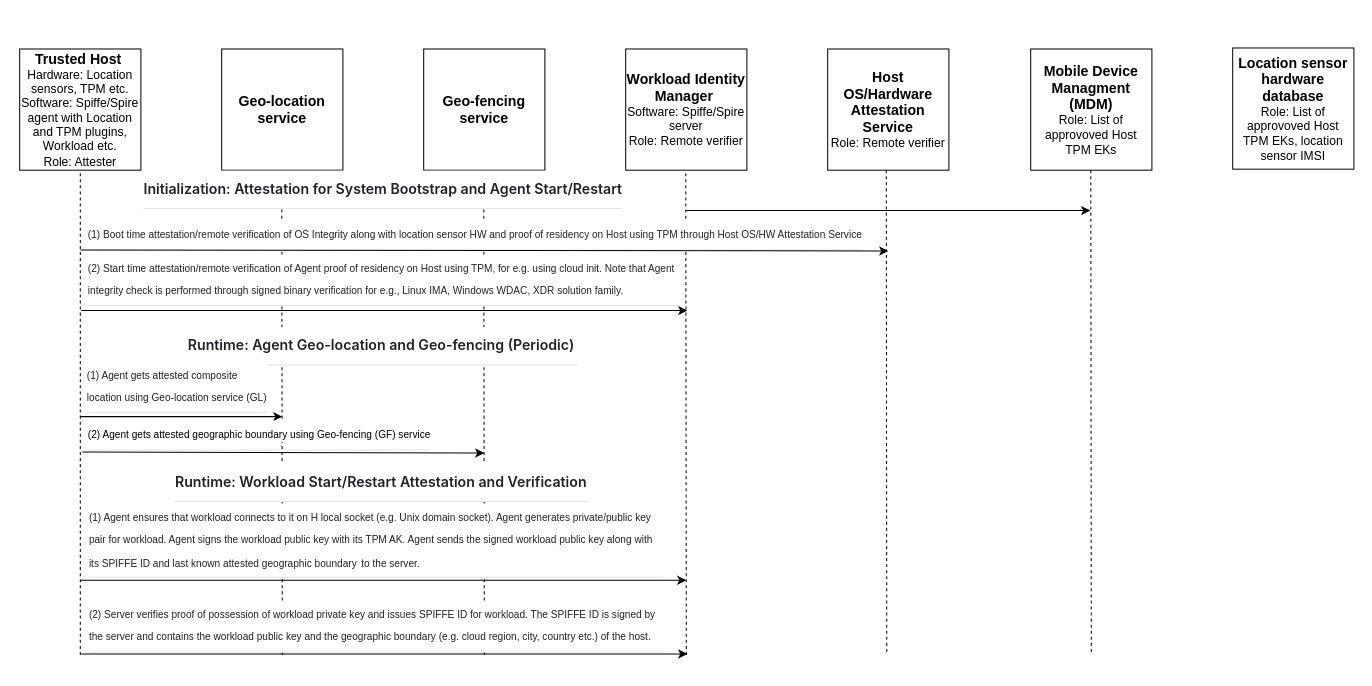
This is pictures/end-to-end-flow.drawio from nedmsmith/draft-klspa-wimse-verifiable-geo-fence, a draw.io file, before an edit. Source tidied: cells renumbered, new cells numbered last; positions are measured from the earlier drawing's top-left corner, leaving out a move shared by most shapes. Both pictures are drawn from the tidied source at 101%, with x=0, y=0 at pixel (17, 47).
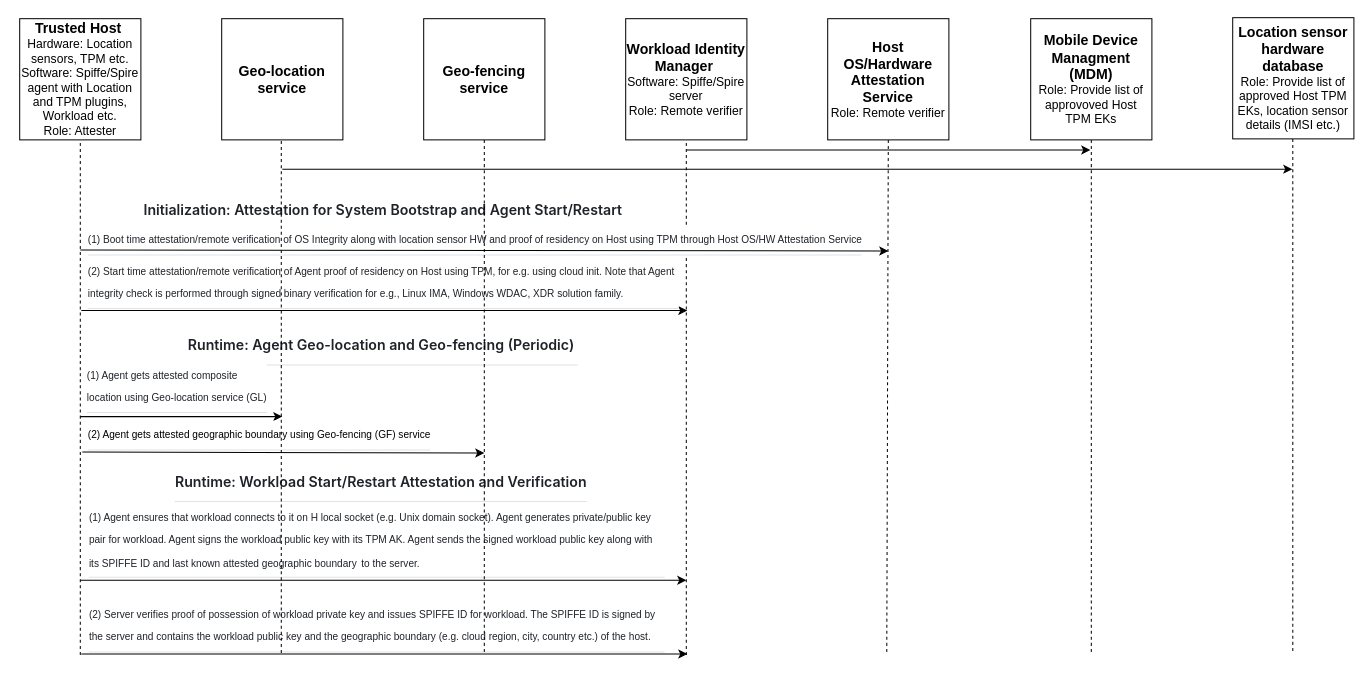
The same page after the edit.

What changed in the source:
```diff
@@
     <mxCell id="2" value="&lt;b&gt;&lt;font style=&quot;font-size: 14px;&quot;&gt;Trusted Host&lt;/font&gt;&amp;nbsp;&lt;/b&gt;&lt;div&gt;Hardware: Location sensors, TPM etc.&lt;div&gt;Software: Spiffe/Spire agent with Location and TPM plugins, Workload etc.&lt;/div&gt;&lt;/div&gt;&lt;div&gt;Role: Attester&lt;/div&gt;" style="rounded=0;whiteSpace=wrap;html=1;" parent="1" vertex="1">
-      <mxGeometry x="2" y="1" width="120" height="120" as="geometry" />
+      <mxGeometry x="2" y="-29" width="120" height="120" as="geometry" />
     </mxCell>
     <mxCell id="3" value="&lt;span style=&quot;font-size: 14px;&quot;&gt;&lt;b&gt;Geo-location service&lt;/b&gt;&lt;/span&gt;" style="rounded=0;whiteSpace=wrap;html=1;" parent="1" vertex="1">
-      <mxGeometry x="202" y="1" width="120" height="120" as="geometry" />
+      <mxGeometry x="202" y="-29" width="120" height="120" as="geometry" />
     </mxCell>
     <mxCell id="4" value="&lt;span style=&quot;font-size: 14px;&quot;&gt;&lt;b&gt;Geo-fencing service&lt;/b&gt;&lt;/span&gt;" style="rounded=0;whiteSpace=wrap;html=1;" parent="1" vertex="1">
-      <mxGeometry x="402" y="1" width="120" height="120" as="geometry" />
+      <mxGeometry x="402" y="-29" width="120" height="120" as="geometry" />
     </mxCell>
     <mxCell id="5" value="&lt;span style=&quot;font-size: 14px;&quot;&gt;&lt;b&gt;Workload Identity Manager&lt;/b&gt;&amp;nbsp;&lt;/span&gt;&lt;div&gt;&lt;font&gt;Software: Spiffe/Spire server&lt;br&gt;Role: Remote verifier&lt;/font&gt;&lt;/div&gt;" style="rounded=0;whiteSpace=wrap;html=1;" parent="1" vertex="1">
-      <mxGeometry x="602" y="1" width="120" height="120" as="geometry" />
+      <mxGeometry x="602" y="-29" width="120" height="120" as="geometry" />
     </mxCell>
-    <mxCell id="6" style="endArrow=none;dashed=1;html=1;rounded=0;" parent="1" edge="1">
+    <mxCell id="6" style="endArrow=none;dashed=1;html=1;rounded=0;entryX=0.5;entryY=1;entryDx=0;entryDy=0;" parent="1" edge="1" target="2">
       <mxGeometry relative="1" as="geometry">
         <mxPoint x="62" y="601" as="sourcePoint" />
-        <mxPoint x="62" y="121" as="targetPoint" />
       </mxGeometry>
     </mxCell>
-    <mxCell id="7" style="endArrow=none;dashed=1;html=1;rounded=0;" parent="1" edge="1">
-      <mxGeometry relative="1" as="geometry">
-        <mxPoint x="262" y="601" as="sourcePoint" />
-        <mxPoint x="261.5" y="121" as="targetPoint" />
-      </mxGeometry>
-    </mxCell>
-    <mxCell id="8" style="endArrow=none;dashed=1;html=1;rounded=0;" parent="1" edge="1">
-      <mxGeometry relative="1" as="geometry">
-        <mxPoint x="462" y="601" as="sourcePoint" />
-        <mxPoint x="461.5" y="121" as="targetPoint" />
-      </mxGeometry>
-    </mxCell>
-    <mxCell id="9" style="endArrow=none;dashed=1;html=1;rounded=0;" parent="1" edge="1">
+    <mxCell id="9" style="endArrow=none;dashed=1;html=1;rounded=0;entryX=0.5;entryY=1;entryDx=0;entryDy=0;" parent="1" edge="1" target="5">
       <mxGeometry relative="1" as="geometry">
         <mxPoint x="662" y="601" as="sourcePoint" />
-        <mxPoint x="661.5" y="121" as="targetPoint" />
       </mxGeometry>
     </mxCell>
     <mxCell id="10" value="&lt;h1 tabindex=&quot;-1&quot; class=&quot;heading-element&quot; dir=&quot;auto&quot; style=&quot;box-sizing: border-box; margin: 24px 0px 16px; font-weight: 600; line-height: 1.25; padding-bottom: 0.3em; border-bottom: 1px solid rgba(209, 217, 224, 0.7); color: rgb(31, 35, 40); font-family: -apple-system, &amp;quot;system-ui&amp;quot;, &amp;quot;Segoe UI&amp;quot;, &amp;quot;Noto Sans&amp;quot;, Helvetica, Arial, sans-serif, &amp;quot;Apple Color Emoji&amp;quot;, &amp;quot;Segoe UI Emoji&amp;quot;; font-style: normal; font-variant-ligatures: normal; font-variant-caps: normal; letter-spacing: normal; orphans: 2; text-indent: 0px; text-transform: none; widows: 2; word-spacing: 0px; -webkit-text-stroke-width: 0px; white-space: normal; background-color: rgb(255, 255, 255); text-decoration-thickness: initial; text-decoration-style: initial; text-decoration-color: initial;&quot;&gt;&lt;font style=&quot;font-size: 14px;&quot;&gt;Initialization: Attestation for System Bootstrap and Agent Start/Restart&lt;/font&gt;&lt;/h1&gt;" style="text;whiteSpace=wrap;html=1;align=center;" parent="1" vertex="1">
-      <mxGeometry x="2" y="91" width="720" height="21" as="geometry" />
+      <mxGeometry x="2" y="112" width="720" height="21" as="geometry" />
     </mxCell>
     <mxCell id="11" value="&lt;font style=&quot;font-size: 10px;&quot;&gt;&amp;nbsp;&lt;/font&gt;&lt;h2 tabindex=&quot;-1&quot; class=&quot;heading-element&quot; dir=&quot;auto&quot; style=&quot;box-sizing: border-box; margin-top: 24px; margin-bottom: 16px; line-height: 1.25; padding-bottom: 0.3em; border-bottom: 1px solid rgba(209, 217, 224, 0.7); color: rgb(31, 35, 40); background-color: rgb(255, 255, 255);&quot;&gt;&lt;span style=&quot;font-weight: normal;&quot;&gt;&lt;font style=&quot;font-size: 10px;&quot; face=&quot;Helvetica&quot;&gt;(1) Boot time a&lt;font style=&quot;&quot;&gt;ttestation/remote verification of OS Integrity along with location sensor HW and proof of residency on Host using TPM through Host OS/HW Attestation Service&lt;/font&gt;&lt;/font&gt;&lt;/span&gt;&lt;/h2&gt;" style="text;html=1;align=left;verticalAlign=middle;whiteSpace=wrap;rounded=0;" parent="1" vertex="1">
-      <mxGeometry x="68" y="160" width="774" height="30" as="geometry" />
+      <mxGeometry x="68" y="165" width="774" height="30" as="geometry" />
     </mxCell>
@@
     <mxCell id="23" value="&lt;h2 style=&quot;box-sizing: border-box; margin-top: 24px; margin-bottom: 16px; line-height: 1.25; padding-bottom: 0.3em; border-bottom: 1px solid rgba(209, 217, 224, 0.7); color: rgb(31, 35, 40); background-color: rgb(255, 255, 255);&quot; dir=&quot;auto&quot; class=&quot;heading-element&quot; tabindex=&quot;-1&quot;&gt;&lt;font face=&quot;Helvetica&quot; style=&quot;font-size: 10px; font-weight: normal;&quot;&gt;(2) Start time attestation/remote verification of Agent proof of residency on Host using TPM, for e.g. using cloud init. Note that Agent integrity check is performed through signed binary verification for e.g., Linux IMA, Windows WDAC, XDR solution family.&lt;/font&gt;&lt;/h2&gt;" style="text;html=1;align=left;verticalAlign=middle;whiteSpace=wrap;rounded=0;" parent="1" vertex="1">
-      <mxGeometry x="68" y="217" width="587" height="18" as="geometry" />
+      <mxGeometry x="68" y="220" width="587" height="18" as="geometry" />
     </mxCell>
@@
     <mxCell id="25" value="&lt;span style=&quot;font-size: 14px;&quot;&gt;&lt;b&gt;Host OS/Hardware&lt;/b&gt;&lt;/span&gt;&lt;div&gt;&lt;span style=&quot;font-size: 14px;&quot;&gt;&lt;b&gt;Attestation Service&lt;/b&gt;&lt;/span&gt;&lt;/div&gt;&lt;div&gt;&lt;font style=&quot;font-size: 12px;&quot;&gt;Role: Remote verifier&lt;/font&gt;&lt;/div&gt;" style="rounded=0;whiteSpace=wrap;html=1;" parent="1" vertex="1">
-      <mxGeometry x="802" y="1" width="120" height="120" as="geometry" />
+      <mxGeometry x="802" y="-29" width="120" height="120" as="geometry" />
     </mxCell>
-    <mxCell id="26" style="endArrow=none;dashed=1;html=1;rounded=0;" parent="1" edge="1">
+    <mxCell id="26" style="endArrow=none;dashed=1;html=1;rounded=0;entryX=0.5;entryY=1;entryDx=0;entryDy=0;" parent="1" edge="1" target="27">
       <mxGeometry relative="1" as="geometry">
         <mxPoint x="1063" y="598" as="sourcePoint" />
-        <mxPoint x="1062.5" y="118" as="targetPoint" />
       </mxGeometry>
     </mxCell>
-    <mxCell id="27" value="&lt;div&gt;&lt;font&gt;&lt;span style=&quot;font-size: 14px;&quot;&gt;&lt;b&gt;Mobile Device Managment (MDM)&lt;/b&gt;&lt;/span&gt;&lt;/font&gt;&lt;/div&gt;&lt;div&gt;&lt;font style=&quot;font-size: 12px;&quot;&gt;Role: List of approvoved Host TPM EKs&lt;/font&gt;&lt;/div&gt;" style="rounded=0;whiteSpace=wrap;html=1;" parent="1" vertex="1">
-      <mxGeometry x="1003" y="1" width="120" height="120" as="geometry" />
+    <mxCell id="27" value="&lt;div&gt;&lt;font&gt;&lt;span style=&quot;font-size: 14px;&quot;&gt;&lt;b&gt;Mobile Device Managment (MDM)&lt;/b&gt;&lt;/span&gt;&lt;/font&gt;&lt;/div&gt;&lt;div&gt;&lt;font style=&quot;font-size: 12px;&quot;&gt;Role: Provide list of approvoved Host TPM EKs&lt;/font&gt;&lt;/div&gt;" style="rounded=0;whiteSpace=wrap;html=1;" parent="1" vertex="1">
+      <mxGeometry x="1003" y="-29" width="120" height="120" as="geometry" />
     </mxCell>
     <mxCell id="28" style="endArrow=classic;html=1;rounded=0;" parent="1" edge="1">
       <mxGeometry relative="1" as="geometry">
-        <mxPoint x="662" y="161" as="sourcePoint" />
-        <mxPoint x="1062" y="161" as="targetPoint" />
+        <mxPoint x="662" y="101" as="sourcePoint" />
+        <mxPoint x="1062" y="101" as="targetPoint" />
       </mxGeometry>
     </mxCell>
-    <mxCell id="29" style="endArrow=none;dashed=1;html=1;rounded=0;" parent="1" edge="1">
+    <mxCell id="29" style="endArrow=none;dashed=1;html=1;rounded=0;entryX=0.5;entryY=1;entryDx=0;entryDy=0;" parent="1" edge="1" target="25">
       <mxGeometry relative="1" as="geometry">
         <mxPoint x="860.5" y="598" as="sourcePoint" />
-        <mxPoint x="860" y="118" as="targetPoint" />
       </mxGeometry>
     </mxCell>
-    <mxCell id="30" value="&lt;div&gt;&lt;font&gt;&lt;span style=&quot;font-size: 14px;&quot;&gt;&lt;b&gt;Location sensor hardware database&lt;/b&gt;&lt;/span&gt;&lt;/font&gt;&lt;/div&gt;&lt;div&gt;&lt;font style=&quot;font-size: 12px;&quot;&gt;Role: List of approvoved Host TPM EKs, location sensor IMSI&lt;/font&gt;&lt;/div&gt;" style="rounded=0;whiteSpace=wrap;html=1;" parent="1" vertex="1">
-      <mxGeometry x="1203" width="120" height="120" as="geometry" />
+    <mxCell id="30" value="&lt;div&gt;&lt;font&gt;&lt;span style=&quot;font-size: 14px;&quot;&gt;&lt;b&gt;Location sensor hardware database&lt;/b&gt;&lt;/span&gt;&lt;/font&gt;&lt;/div&gt;&lt;div&gt;&lt;font style=&quot;font-size: 12px;&quot;&gt;Role: Provide list of approved Host TPM EKs, location sensor details (IMSI etc.)&lt;/font&gt;&lt;/div&gt;" style="rounded=0;whiteSpace=wrap;html=1;" parent="1" vertex="1">
+      <mxGeometry x="1203" y="-30" width="120" height="120" as="geometry" />
     </mxCell>
+    <mxCell id="31" style="endArrow=none;dashed=1;html=1;rounded=0;entryX=0.5;entryY=1;entryDx=0;entryDy=0;" parent="1" edge="1">
+      <mxGeometry relative="1" as="geometry">
+        <mxPoint x="462" y="598" as="sourcePoint" />
+        <mxPoint x="462" y="88" as="targetPoint" />
+      </mxGeometry>
+    </mxCell>
+    <mxCell id="32" style="endArrow=none;dashed=1;html=1;rounded=0;entryX=0.5;entryY=1;entryDx=0;entryDy=0;" parent="1" edge="1">
+      <mxGeometry relative="1" as="geometry">
+        <mxPoint x="261" y="599" as="sourcePoint" />
+        <mxPoint x="261" y="89" as="targetPoint" />
+      </mxGeometry>
+    </mxCell>
+    <mxCell id="33" style="endArrow=none;dashed=1;html=1;rounded=0;entryX=0.5;entryY=1;entryDx=0;entryDy=0;" parent="1" edge="1">
+      <mxGeometry relative="1" as="geometry">
+        <mxPoint x="1262.5" y="597" as="sourcePoint" />
+        <mxPoint x="1262.5" y="90" as="targetPoint" />
+      </mxGeometry>
+    </mxCell>
+    <mxCell id="34" style="endArrow=classic;html=1;rounded=0;" parent="1" edge="1">
+      <mxGeometry relative="1" as="geometry">
+        <mxPoint x="262" y="120" as="sourcePoint" />
+        <mxPoint x="1262" y="120" as="targetPoint" />
+      </mxGeometry>
+    </mxCell>
```
